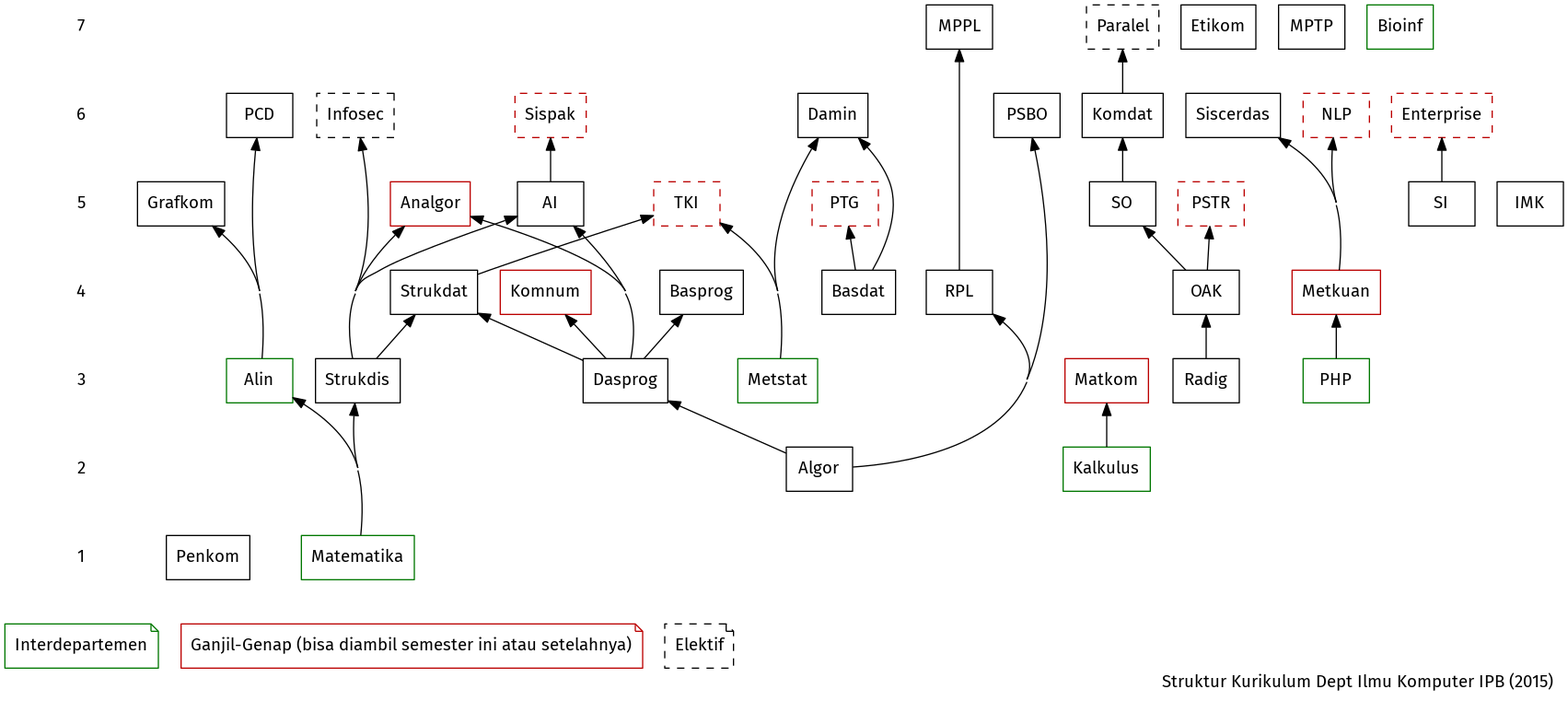
Earlier version of the Graphviz export mk2015.dot.png (auriza/s1kom). Its source is kept beside it as mk2015.full.dot.
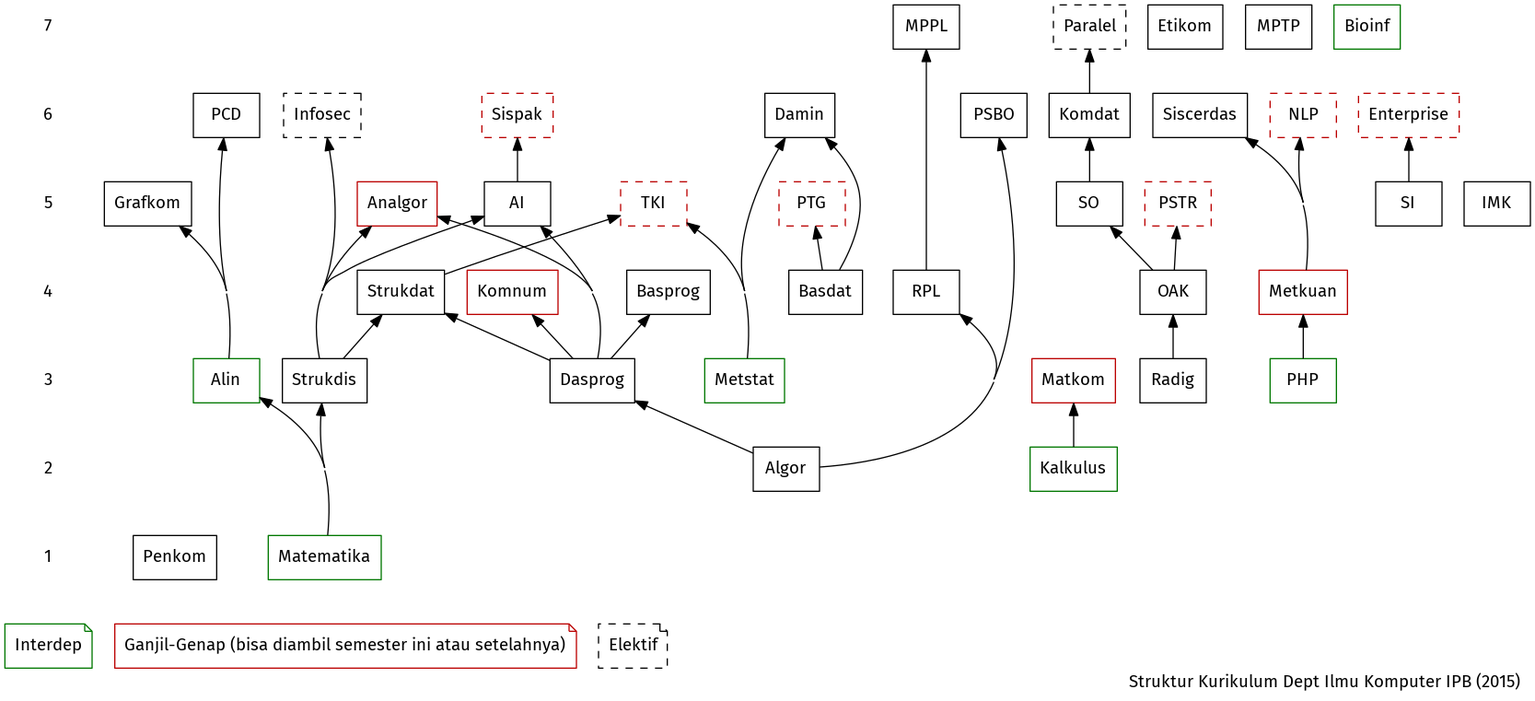
The same diagram one commit later.

Commit message:
interdepartemen --> interdep

Diff of the diagram source:
```diff
@@ -62,7 +62,7 @@
 
     # keterangan
     {rank="sink" interdep ganjilgenap elektif}
-    interdep [shape="note"; color="#007700"; label="Interdepartemen"]
+    interdep [shape="note"; color="#007700"; label="Interdep"]
     ganjilgenap [shape="note"; color="#bb0000"; label="Ganjil-Genap (bisa diambil semester ini atau setelahnya)";]
     elektif [shape="note"; style="dashed"; label="Elektif"]
 
```
